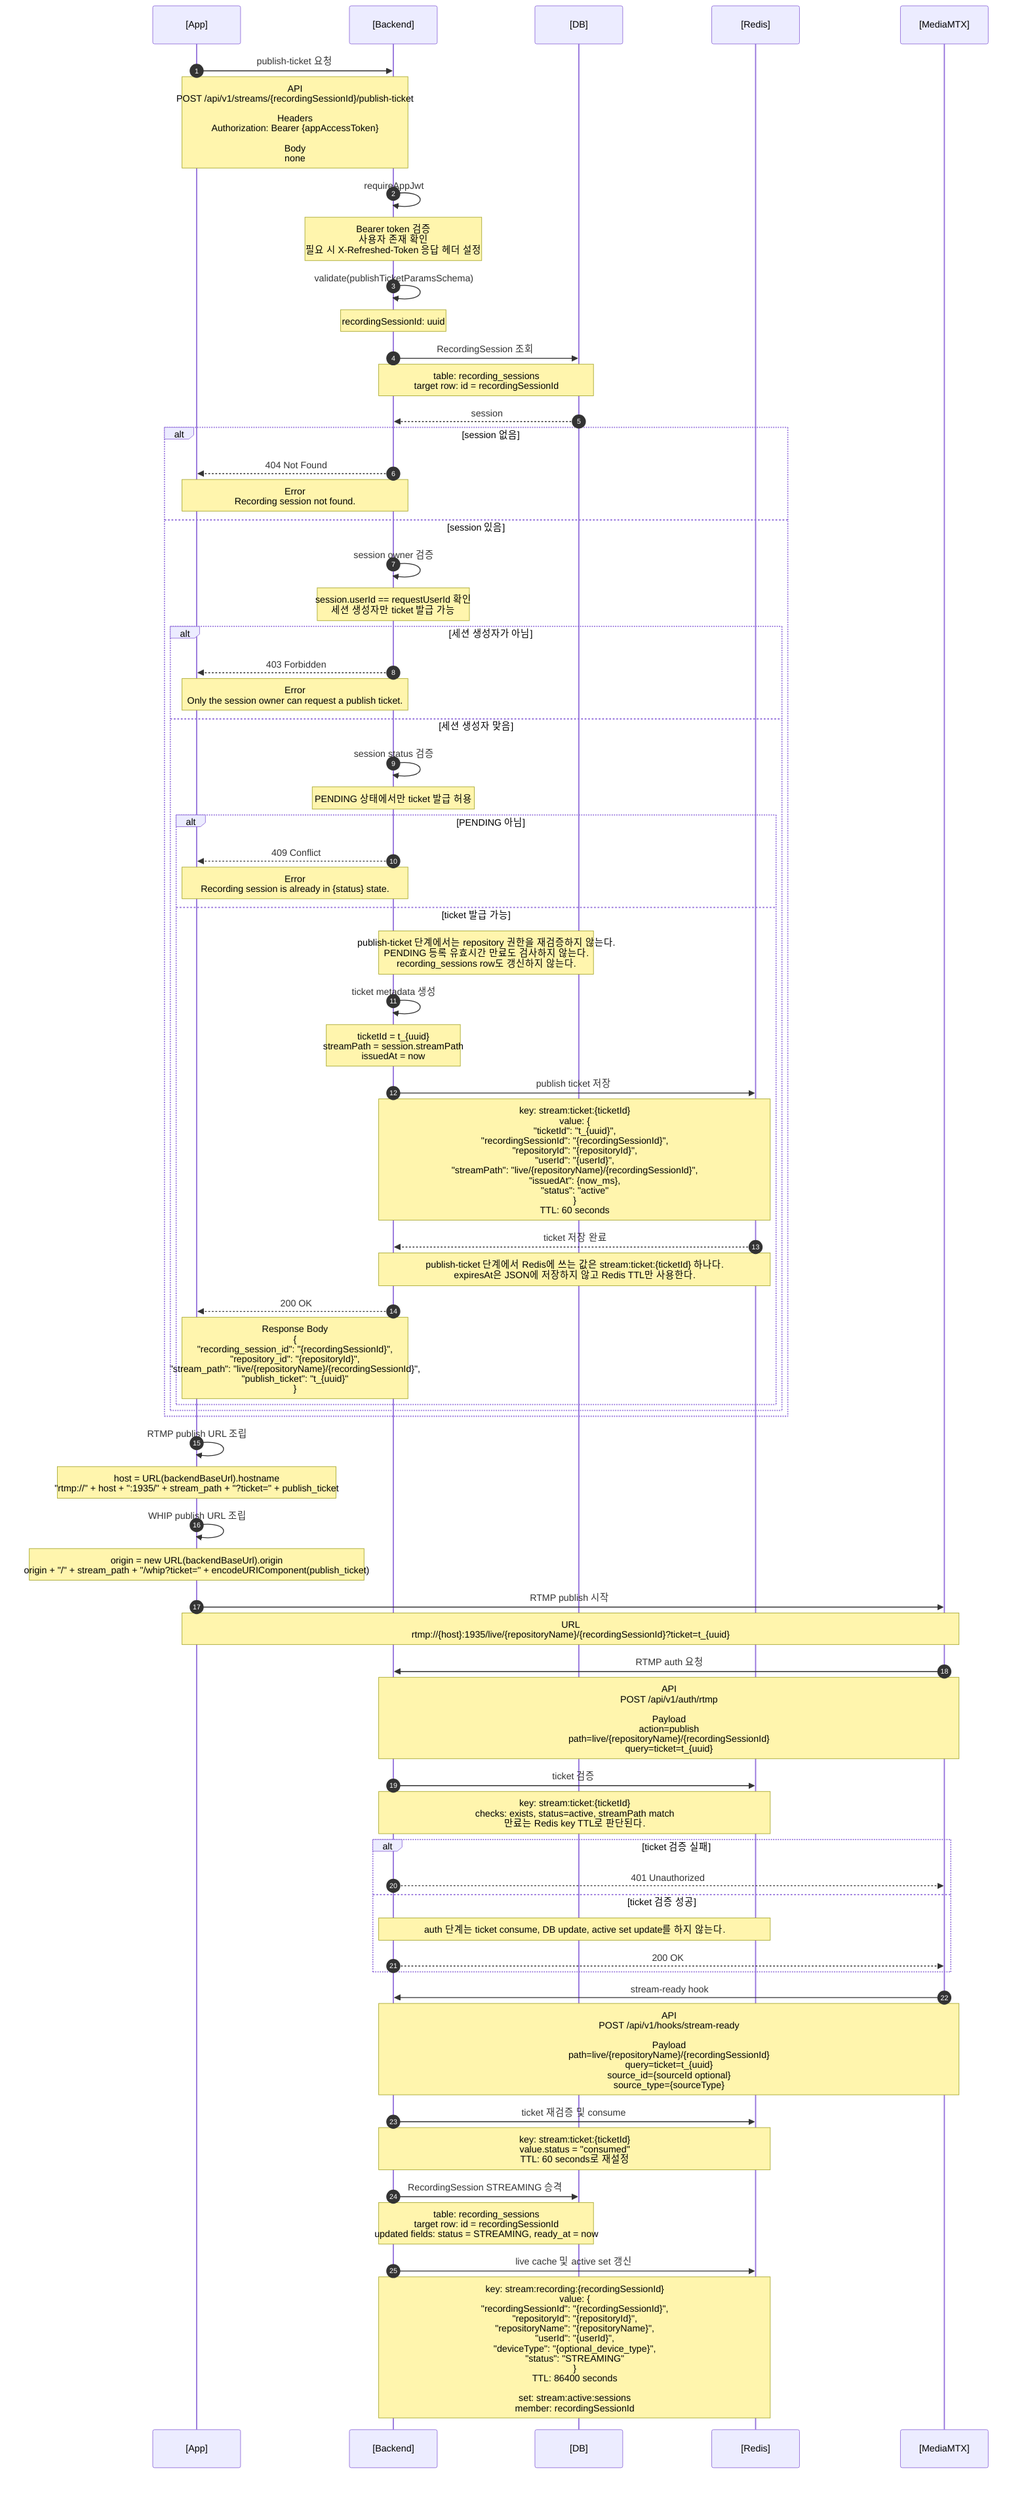
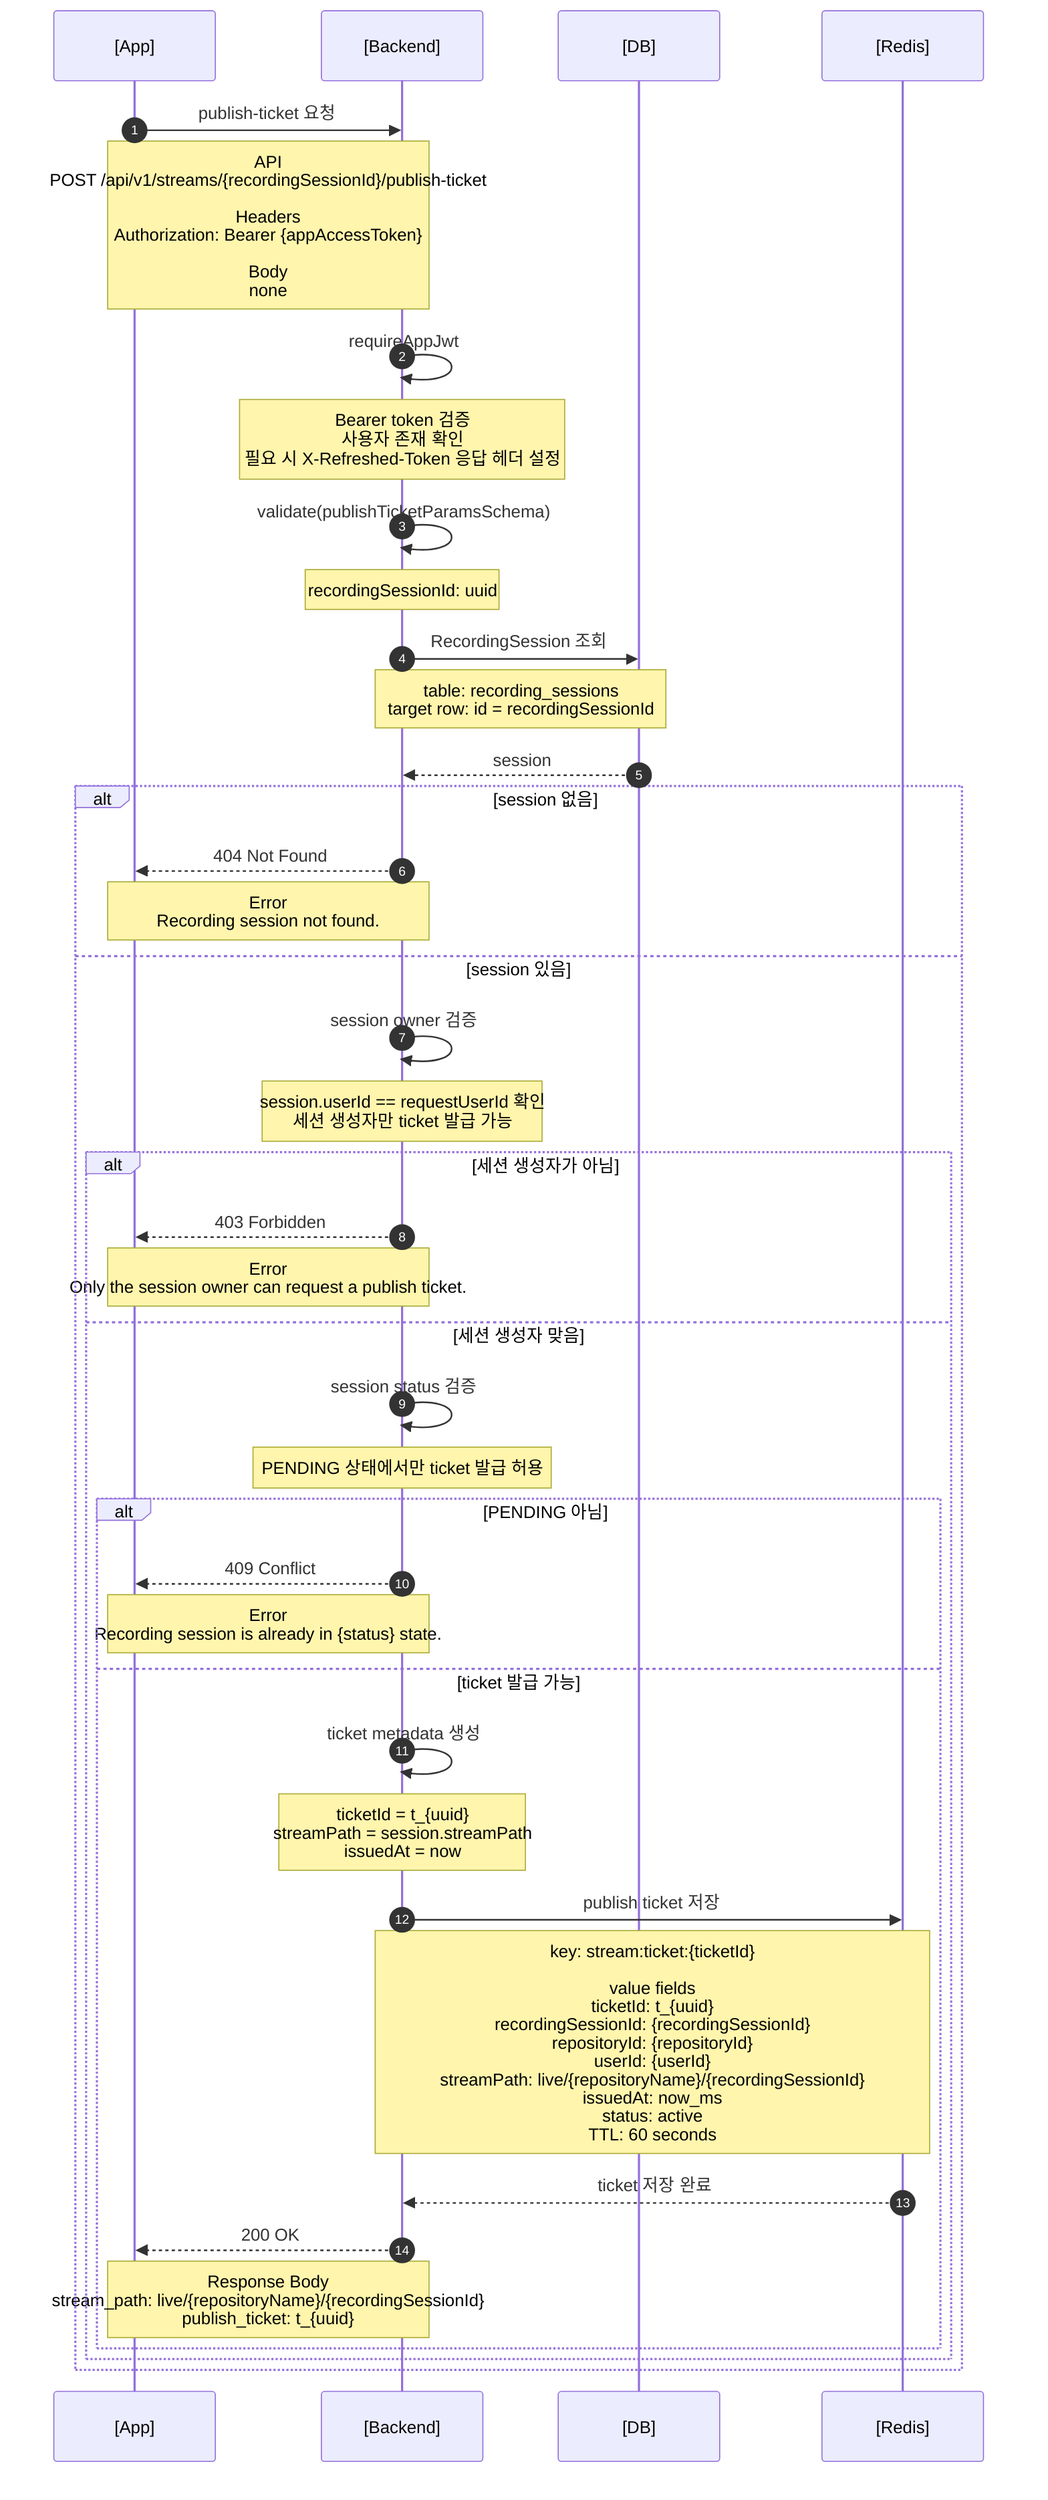
sequenceDiagram
  autonumber
  participant App as [App]
  participant Backend as [Backend]
  participant DB as [DB]
  participant Redis as [Redis]
-   participant MTX as [MediaMTX]

  App->>Backend: publish-ticket 요청
  Note over App,Backend: API<br/>POST /api/v1/streams/{recordingSessionId}/publish-ticket<br/><br/>Headers<br/>Authorization: Bearer {appAccessToken}<br/><br/>Body<br/>none

  Backend->>Backend: requireAppJwt
  Note over Backend: Bearer token 검증<br/>사용자 존재 확인<br/>필요 시 X-Refreshed-Token 응답 헤더 설정
  Backend->>Backend: validate(publishTicketParamsSchema)
  Note over Backend: recordingSessionId: uuid

  Backend->>DB: RecordingSession 조회
  Note over Backend,DB: table: recording_sessions<br/>target row: id = recordingSessionId
  DB-->>Backend: session

  alt session 없음
    Backend-->>App: 404 Not Found
    Note over App,Backend: Error<br/>Recording session not found.
  else session 있음
    Backend->>Backend: session owner 검증
    Note over Backend: session.userId == requestUserId 확인<br/>세션 생성자만 ticket 발급 가능
    alt 세션 생성자가 아님
      Backend-->>App: 403 Forbidden
      Note over App,Backend: Error<br/>Only the session owner can request a publish ticket.
    else 세션 생성자 맞음
      Backend->>Backend: session status 검증
      Note over Backend: PENDING 상태에서만 ticket 발급 허용
      alt PENDING 아님
        Backend-->>App: 409 Conflict
        Note over App,Backend: Error<br/>Recording session is already in {status} state.
      else ticket 발급 가능
-         Note over Backend,DB: publish-ticket 단계에서는 repository 권한을 재검증하지 않는다.<br/>PENDING 등록 유효시간 만료도 검사하지 않는다.<br/>recording_sessions row도 갱신하지 않는다.
- 
        Backend->>Backend: ticket metadata 생성
        Note over Backend: ticketId = t_{uuid}<br/>streamPath = session.streamPath<br/>issuedAt = now

        Backend->>Redis: publish ticket 저장
-         Note over Backend,Redis: key: stream:ticket:{ticketId}<br/>value: {<br/>  "ticketId": "t_{uuid}",<br/>  "recordingSessionId": "{recordingSessionId}",<br/>  "repositoryId": "{repositoryId}",<br/>  "userId": "{userId}",<br/>  "streamPath": "live/{repositoryName}/{recordingSessionId}",<br/>  "issuedAt": {now_ms},<br/>  "status": "active"<br/>}<br/>TTL: 60 seconds
+         Note over Backend,Redis: key: stream:ticket:{ticketId}<br/><br/>value fields<br/>ticketId: t_{uuid}<br/>recordingSessionId: {recordingSessionId}<br/>repositoryId: {repositoryId}<br/>userId: {userId}<br/>streamPath: live/{repositoryName}/{recordingSessionId}<br/>issuedAt: now_ms<br/>status: active<br/>TTL: 60 seconds
        Redis-->>Backend: ticket 저장 완료

-         Note over Backend,Redis: publish-ticket 단계에서 Redis에 쓰는 값은 stream:ticket:{ticketId} 하나다.<br/>expiresAt은 JSON에 저장하지 않고 Redis TTL만 사용한다.
- 
        Backend-->>App: 200 OK
-         Note over App,Backend: Response Body<br/>{<br/>  "recording_session_id": "{recordingSessionId}",<br/>  "repository_id": "{repositoryId}",<br/>  "stream_path": "live/{repositoryName}/{recordingSessionId}",<br/>  "publish_ticket": "t_{uuid}"<br/>}
+         Note over App,Backend: Response Body<br/>stream_path: live/{repositoryName}/{recordingSessionId}<br/>publish_ticket: t_{uuid}
      end
    end
  end

-   App->>App: RTMP publish URL 조립
-   Note over App: host = URL(backendBaseUrl).hostname<br/>"rtmp://" + host + ":1935/" + stream_path + "?ticket=" + publish_ticket
-   App->>App: WHIP publish URL 조립
-   Note over App: origin = new URL(backendBaseUrl).origin<br/>origin + "/" + stream_path + "/whip?ticket=" + encodeURIComponent(publish_ticket)
-   App->>MTX: RTMP publish 시작
-   Note over App,MTX: URL<br/>rtmp://{host}:1935/live/{repositoryName}/{recordingSessionId}?ticket=t_{uuid}
-   MTX->>Backend: RTMP auth 요청
-   Note over Backend,MTX: API<br/>POST /api/v1/auth/rtmp<br/><br/>Payload<br/>action=publish<br/>path=live/{repositoryName}/{recordingSessionId}<br/>query=ticket=t_{uuid}
- 
-   Backend->>Redis: ticket 검증
-   Note over Backend,Redis: key: stream:ticket:{ticketId}<br/>checks: exists, status=active, streamPath match<br/>만료는 Redis key TTL로 판단된다.
-   alt ticket 검증 실패
-     Backend-->>MTX: 401 Unauthorized
-   else ticket 검증 성공
-     Note over Backend,Redis: auth 단계는 ticket consume, DB update, active set update를 하지 않는다.
-     Backend-->>MTX: 200 OK
-   end
- 
-   MTX->>Backend: stream-ready hook
-   Note over Backend,MTX: API<br/>POST /api/v1/hooks/stream-ready<br/><br/>Payload<br/>path=live/{repositoryName}/{recordingSessionId}<br/>query=ticket=t_{uuid}<br/>source_id={sourceId optional}<br/>source_type={sourceType}
-   Backend->>Redis: ticket 재검증 및 consume
-   Note over Backend,Redis: key: stream:ticket:{ticketId}<br/>value.status = "consumed"<br/>TTL: 60 seconds로 재설정
-   Backend->>DB: RecordingSession STREAMING 승격
-   Note over Backend,DB: table: recording_sessions<br/>target row: id = recordingSessionId<br/>updated fields: status = STREAMING, ready_at = now
-   Backend->>Redis: live cache 및 active set 갱신
-   Note over Backend,Redis: key: stream:recording:{recordingSessionId}<br/>value: {<br/>  "recordingSessionId": "{recordingSessionId}",<br/>  "repositoryId": "{repositoryId}",<br/>  "repositoryName": "{repositoryName}",<br/>  "userId": "{userId}",<br/>  "deviceType": "{optional_device_type}",<br/>  "status": "STREAMING"<br/>}<br/>TTL: 86400 seconds<br/><br/>set: stream:active:sessions<br/>member: recordingSessionId
+ %% 참고:
+ %% publish-ticket 단계에서는 repository 권한을 재검증하지 않는다.
+ %% PENDING 등록 유효시간 만료도 검사하지 않고 recording_sessions row도 갱신하지 않는다.
+ %% publish-ticket 단계에서 Redis에 쓰는 값은 stream:ticket:{ticketId} 하나다.
+ %% expiresAt은 JSON에 저장하지 않고 Redis TTL만 사용한다.
+ %% 이후 RTMP publish/auth/stream-ready 흐름은 .mermaid/3.rtmp-publish.mmd에서 다룬다.
